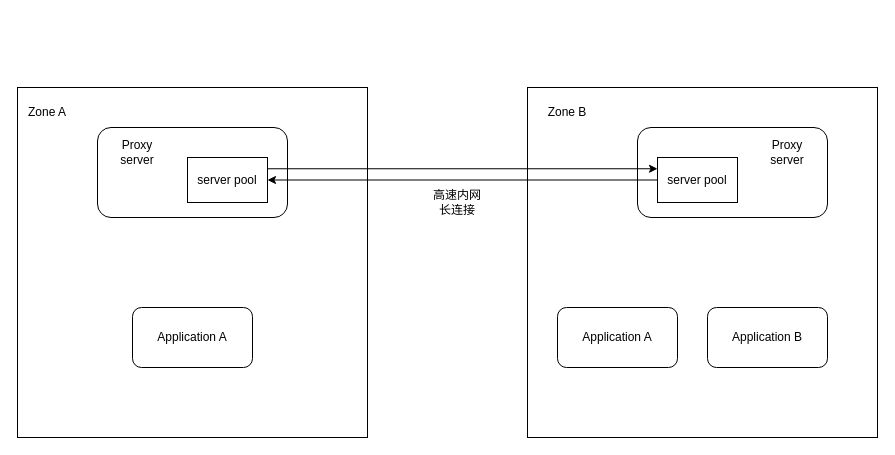
Above: miyuan/异地机房.drawio in smallleaf/draw.io (draw.io), before the change. Source tidied: cells renumbered, new cells numbered last; positions are measured from the earlier drawing's top-left corner, leaving out a move shared by most shapes. Both pictures are drawn from the tidied source at 100%, with x=0, y=0 at pixel (17, 87).
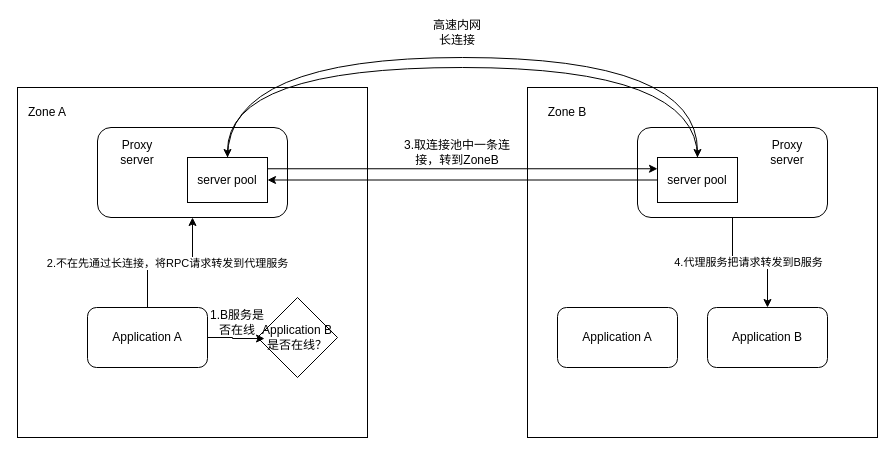
After the change.

Commit message (it also covers changes not shown here):
更新异地机房.drawio

The change refers to these unchanged cells:
```xml
<mxCell id="4" style="rounded=1;whiteSpace=wrap;html=1;" parent="1" vertex="1">
  <mxGeometry x="80" y="40" width="190" height="90" as="geometry" />
</mxCell>
<mxCell id="8" style="rounded=1;whiteSpace=wrap;html=1;" parent="1" vertex="1">
  <mxGeometry x="620" y="40" width="190" height="90" as="geometry" />
</mxCell>
<mxCell id="11" value="server pool" style="rounded=0;whiteSpace=wrap;html=1;" parent="1" vertex="1">
  <mxGeometry x="170" y="70" width="80" height="45" as="geometry" />
</mxCell>
<mxCell id="13" value="server pool" style="rounded=0;whiteSpace=wrap;html=1;" parent="1" vertex="1">
  <mxGeometry x="640" y="70" width="80" height="45" as="geometry" />
</mxCell>
<mxCell id="16" value="Application B" style="rounded=1;whiteSpace=wrap;html=1;" parent="1" vertex="1">
  <mxGeometry x="690" y="220" width="120" height="60" as="geometry" />
</mxCell>
```

The edit, as a diff of the source:
```diff
@@
+    <mxCell id="18" style="edgeStyle=orthogonalEdgeStyle;rounded=0;jettySize=auto;html=1;exitX=0.5;exitY=1;exitDx=0;exitDy=0;" parent="1" edge="1" source="8" target="16">
+      <mxGeometry relative="1" as="geometry" />
+    </mxCell>
+    <mxCell id="19" value="4.代理服务把请求转发到B服务" style="edgeLabel;html=1;align=center;verticalAlign=middle;" parent="18" vertex="1">
+      <mxGeometry x="-0.04" y="1" relative="1" as="geometry" />
+    </mxCell>
@@
+    <mxCell id="20" style="edgeStyle=orthogonalEdgeStyle;curved=1;rounded=0;jettySize=auto;html=1;exitX=0.5;exitY=0;exitDx=0;exitDy=0;entryX=0.5;entryY=0;entryDx=0;entryDy=0;" parent="1" edge="1" source="11" target="13">
+      <mxGeometry relative="1" as="geometry">
+        <Array as="points">
+          <mxPoint x="210" y="-30" />
+          <mxPoint x="680" y="-30" />
+        </Array>
+      </mxGeometry>
+    </mxCell>
@@
+    <mxCell id="21" style="edgeStyle=orthogonalEdgeStyle;curved=1;rounded=0;jettySize=auto;html=1;exitX=0.5;exitY=0;exitDx=0;exitDy=0;entryX=0.5;entryY=0;entryDx=0;entryDy=0;" parent="1" edge="1" source="13" target="11">
+      <mxGeometry relative="1" as="geometry">
+        <Array as="points">
+          <mxPoint x="680" y="-20" />
+          <mxPoint x="210" y="-20" />
+        </Array>
+      </mxGeometry>
+    </mxCell>
@@
+    <mxCell id="22" style="edgeStyle=orthogonalEdgeStyle;rounded=0;jettySize=auto;html=1;exitX=0.5;exitY=0;exitDx=0;exitDy=0;" parent="1" edge="1" source="14" target="4">
+      <mxGeometry relative="1" as="geometry" />
+    </mxCell>
+    <mxCell id="23" value="2.不在先通过长连接，将RPC请求转发到代理服务" style="edgeLabel;html=1;align=center;verticalAlign=middle;" parent="22" vertex="1">
+      <mxGeometry x="-0.05" relative="1" as="geometry" />
+    </mxCell>
     <mxCell id="14" value="Application A" style="rounded=1;whiteSpace=wrap;html=1;" parent="1" vertex="1">
-      <mxGeometry x="115" y="220" width="120" height="60" as="geometry" />
+      <mxGeometry x="70" y="220" width="120" height="60" as="geometry" />
     </mxCell>
@@
     <mxCell id="17" value="高速内网长连接" style="text;html=1;align=center;verticalAlign=middle;whiteSpace=wrap;rounded=0;" parent="1" vertex="1">
-      <mxGeometry x="410" y="100" width="60" height="30" as="geometry" />
+      <mxGeometry x="410" y="-70" width="60" height="30" as="geometry" />
     </mxCell>
+    <mxCell id="24" value="Application B是否在线？" style="rhombus;whiteSpace=wrap;html=1;" parent="1" vertex="1">
+      <mxGeometry x="240" y="210" width="80" height="80" as="geometry" />
+    </mxCell>
+    <mxCell id="25" style="edgeStyle=orthogonalEdgeStyle;rounded=0;jettySize=auto;html=1;exitX=1;exitY=0.5;exitDx=0;exitDy=0;entryX=0.088;entryY=0.513;entryDx=0;entryDy=0;entryPerimeter=0;" parent="1" edge="1" source="14" target="24">
+      <mxGeometry relative="1" as="geometry" />
+    </mxCell>
+    <mxCell id="26" value="1.B服务是否在线" style="text;html=1;align=center;verticalAlign=middle;whiteSpace=wrap;rounded=0;" parent="1" vertex="1">
+      <mxGeometry x="190" y="220" width="60" height="30" as="geometry" />
+    </mxCell>
+    <mxCell id="27" value="3.取连接池中一条连接，转到ZoneB" style="text;html=1;align=center;verticalAlign=middle;whiteSpace=wrap;rounded=0;" parent="1" vertex="1">
+      <mxGeometry x="385" y="50" width="110" height="30" as="geometry" />
+    </mxCell>
```
